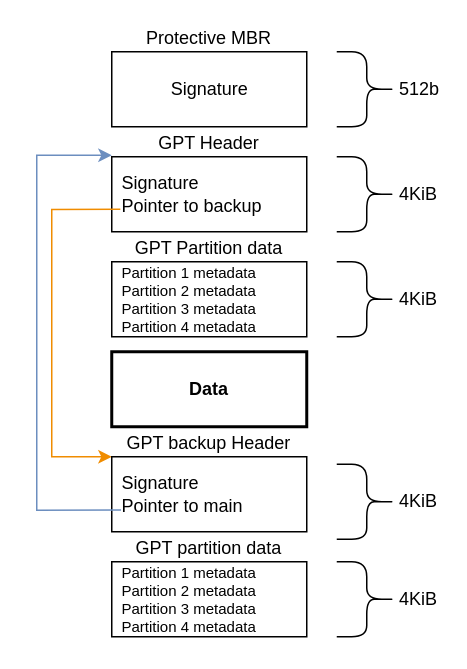
Before: page "gpt layout" (3 of 4) of blog/raw/disk/disk.drawio in DavidVentura/blog, a draw.io diagram. Source tidied: cells renumbered, new cells numbered last; positions are measured from the earlier drawing's top-left corner, leaving out a move shared by most shapes. Both pictures are drawn from the tidied source at 150%, with x=0, y=0 at pixel (36, 51).
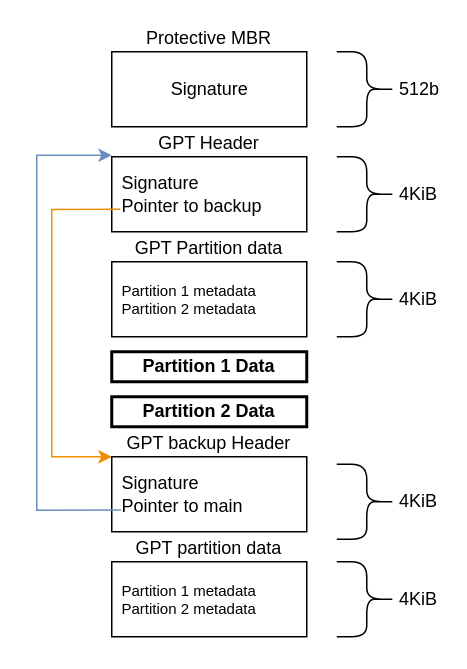
Above is the later version.

Unchanged cells that the change refers to:
```xml
<mxCell id="18" style="group;" parent="1" vertex="1">
  <mxGeometry x="50" y="335" width="190" height="60" as="geometry" />
</mxCell>
```

Change to the diagram source:
```diff
@@
-    <mxCell id="10" value="Partition 1 metadata&lt;div style=&quot;font-size: 10px;&quot;&gt;Partition 2&amp;nbsp;&lt;span style=&quot;background-color: initial;&quot;&gt;meta&lt;/span&gt;&lt;span style=&quot;background-color: initial;&quot;&gt;data&lt;/span&gt;&lt;/div&gt;&lt;div style=&quot;font-size: 10px;&quot;&gt;Partition 3&amp;nbsp;&lt;span style=&quot;background-color: initial;&quot;&gt;meta&lt;/span&gt;&lt;span style=&quot;background-color: initial;&quot;&gt;data&lt;/span&gt;&lt;/div&gt;&lt;div style=&quot;font-size: 10px;&quot;&gt;Partition 4&amp;nbsp;&lt;span style=&quot;background-color: initial;&quot;&gt;meta&lt;/span&gt;&lt;span style=&quot;background-color: initial;&quot;&gt;data&lt;/span&gt;&lt;/div&gt;" style="text;html=1;align=left;verticalAlign=middle;strokeColor=none;fillColor=none;fontSize=10;" parent="1" vertex="1">
-      <mxGeometry x="55" y="135" width="110" height="60" as="geometry" />
+    <mxCell id="10" value="Partition 1 metadata&lt;div style=&quot;font-size: 10px;&quot;&gt;Partition 2&amp;nbsp;&lt;span style=&quot;background-color: initial;&quot;&gt;meta&lt;/span&gt;&lt;span style=&quot;background-color: initial;&quot;&gt;data&lt;/span&gt;&lt;/div&gt;" style="text;html=1;align=left;verticalAlign=middle;strokeColor=none;fillColor=none;fontSize=10;" parent="1" vertex="1">
+      <mxGeometry x="55" y="145" width="110" height="40" as="geometry" />
     </mxCell>
-    <mxCell id="11" value="Data" style="rounded=0;whiteSpace=wrap;html=1;verticalAlign=middle;labelPosition=center;verticalLabelPosition=middle;align=center;fontStyle=1;strokeWidth=2;" parent="1" vertex="1">
-      <mxGeometry x="50" y="200" width="130" height="50" as="geometry" />
+    <mxCell id="11" value="Partition 1 Data" style="rounded=0;whiteSpace=wrap;html=1;verticalAlign=middle;labelPosition=center;verticalLabelPosition=middle;align=center;fontStyle=1;strokeWidth=2;" parent="1" vertex="1">
+      <mxGeometry x="50" y="200" width="130" height="20" as="geometry" />
     </mxCell>
@@
-    <mxCell id="21" value="Partition 1 metadata&lt;div style=&quot;font-size: 10px;&quot;&gt;Partition 2&amp;nbsp;&lt;span style=&quot;background-color: initial;&quot;&gt;meta&lt;/span&gt;&lt;span style=&quot;background-color: initial;&quot;&gt;data&lt;/span&gt;&lt;/div&gt;&lt;div style=&quot;font-size: 10px;&quot;&gt;Partition 3&amp;nbsp;&lt;span style=&quot;background-color: initial;&quot;&gt;meta&lt;/span&gt;&lt;span style=&quot;background-color: initial;&quot;&gt;data&lt;/span&gt;&lt;/div&gt;&lt;div style=&quot;font-size: 10px;&quot;&gt;Partition 4&amp;nbsp;&lt;span style=&quot;background-color: initial;&quot;&gt;meta&lt;/span&gt;&lt;span style=&quot;background-color: initial;&quot;&gt;data&lt;/span&gt;&lt;/div&gt;" style="text;html=1;align=left;verticalAlign=middle;strokeColor=none;fillColor=none;fontSize=10;" parent="18" vertex="1">
-      <mxGeometry x="5" width="110" height="60" as="geometry" />
+    <mxCell id="21" value="Partition 1 metadata&lt;div style=&quot;font-size: 10px;&quot;&gt;Partition 2&amp;nbsp;&lt;span style=&quot;background-color: initial;&quot;&gt;meta&lt;/span&gt;&lt;span style=&quot;background-color: initial;&quot;&gt;data&lt;/span&gt;&lt;/div&gt;" style="text;html=1;align=left;verticalAlign=middle;strokeColor=none;fillColor=none;fontSize=10;" parent="18" vertex="1">
+      <mxGeometry x="5" y="10" width="110" height="40" as="geometry" />
     </mxCell>
+    <mxCell id="22" value="Partition 2 Data" style="rounded=0;whiteSpace=wrap;html=1;verticalAlign=middle;labelPosition=center;verticalLabelPosition=middle;align=center;fontStyle=1;strokeWidth=2;" parent="1" vertex="1">
+      <mxGeometry x="50" y="230" width="130" height="20" as="geometry" />
+    </mxCell>
```
